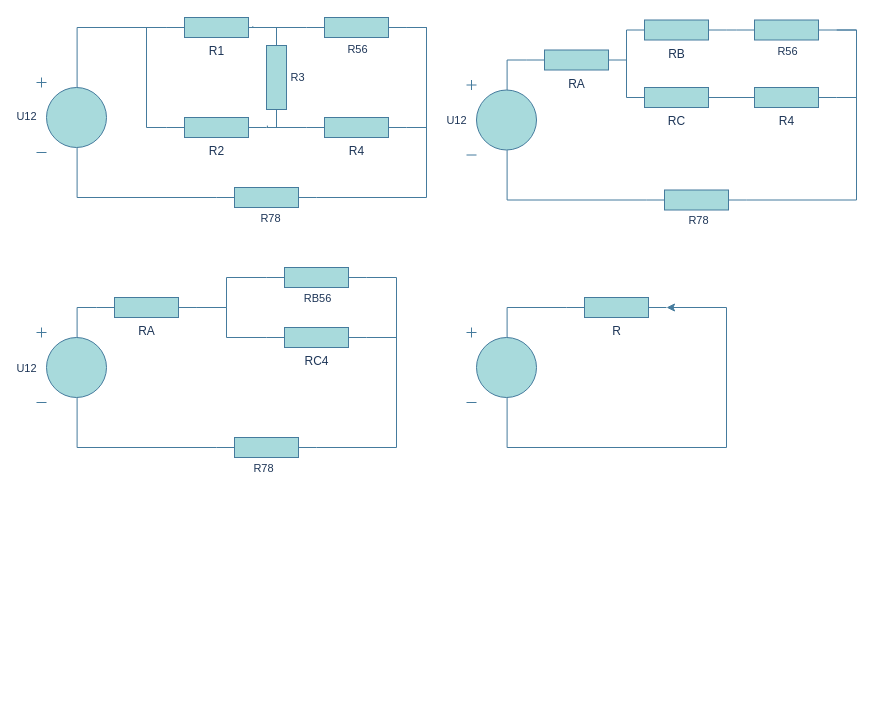
This is iel_proj.drawio from stofife/IUS, a draw.io file, before an edit. Source tidied: cells renumbered, new cells numbered last; positions are measured from the earlier drawing's top-left corner, leaving out a move shared by most shapes. Both pictures are drawn from the tidied source at 100%, with x=0, y=0 at pixel (36, 17).
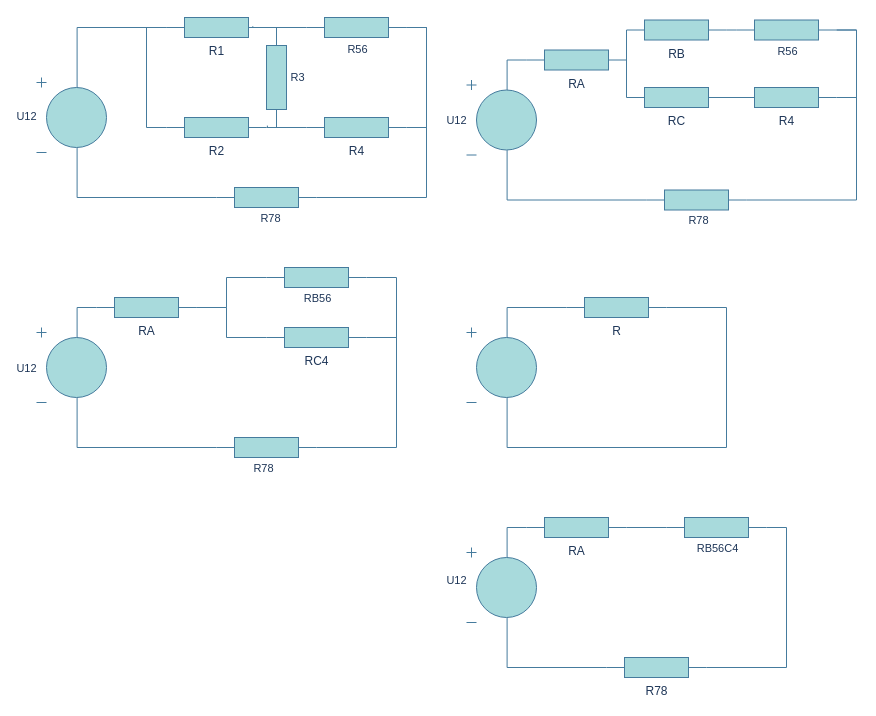
Above is the later version.

The change refers to these unchanged cells:
```xml
<mxCell id="54" style="verticalLabelPosition=bottom;shadow=0;dashed=0;align=center;html=1;verticalAlign=top;shape=mxgraph.electrical.signal_sources.dc_source_1;labelBackgroundColor=none;fillColor=#A8DADC;strokeColor=#457B9D;fontColor=#1D3557;" parent="1" vertex="1">
  <mxGeometry x="430" y="310" width="70" height="75" as="geometry" />
</mxCell>
<mxCell id="55" value="R" style="verticalLabelPosition=bottom;shadow=0;dashed=0;align=center;html=1;verticalAlign=top;shape=mxgraph.electrical.resistors.resistor_1;labelBackgroundColor=none;fillColor=#A8DADC;strokeColor=#457B9D;fontColor=#1D3557;" parent="1" vertex="1">
  <mxGeometry x="530" y="280" width="100" height="20" as="geometry" />
</mxCell>
```

Diff of the diagram source:
```diff
@@
-    <mxCell id="57" style="edgeStyle=orthogonalEdgeStyle;rounded=0;jettySize=auto;html=1;exitX=0.58;exitY=0.935;exitDx=0;exitDy=0;exitPerimeter=0;entryX=1;entryY=0.5;entryDx=0;entryDy=0;entryPerimeter=0;strokeColor=#457B9D;fontColor=#1D3557;fillColor=#A8DADC;" parent="1" edge="1" source="54" target="55">
+    <mxCell id="57" style="edgeStyle=orthogonalEdgeStyle;rounded=0;jettySize=auto;html=1;exitX=0.58;exitY=0.935;exitDx=0;exitDy=0;exitPerimeter=0;entryX=1;entryY=0.5;entryDx=0;entryDy=0;entryPerimeter=0;strokeColor=#457B9D;fontColor=#1D3557;fillColor=#A8DADC;endArrow=none;endFill=0;" parent="1" edge="1" source="54" target="55">
       <mxGeometry relative="1" as="geometry">
         <Array as="points">
           <mxPoint x="471" y="430" />
           <mxPoint x="690" y="430" />
           <mxPoint x="690" y="290" />
         </Array>
       </mxGeometry>
     </mxCell>
+    <mxCell id="58" style="edgeStyle=orthogonalEdgeStyle;rounded=0;jettySize=auto;html=1;endArrow=none;endFill=0;entryX=0.58;entryY=0.935;entryDx=0;entryDy=0;entryPerimeter=0;labelBackgroundColor=none;strokeColor=#457B9D;fontColor=default;" parent="1" edge="1" source="60" target="61">
+      <mxGeometry relative="1" as="geometry" />
+    </mxCell>
+    <mxCell id="59" value="&lt;div&gt;U12&lt;/div&gt;" style="edgeLabel;html=1;align=center;verticalAlign=middle;labelBackgroundColor=none;fontColor=#1D3557;" parent="58" vertex="1">
+      <mxGeometry x="0.61" y="-1" relative="1" as="geometry">
+        <mxPoint x="-52" y="-67" as="offset" />
+      </mxGeometry>
+    </mxCell>
+    <mxCell id="60" value="R78" style="verticalLabelPosition=bottom;shadow=0;dashed=0;align=center;html=1;verticalAlign=top;shape=mxgraph.electrical.resistors.resistor_1;labelBackgroundColor=none;fillColor=#A8DADC;strokeColor=#457B9D;fontColor=#1D3557;" parent="1" vertex="1">
+      <mxGeometry x="570" y="640" width="100" height="20" as="geometry" />
+    </mxCell>
+    <mxCell id="61" style="verticalLabelPosition=bottom;shadow=0;dashed=0;align=center;html=1;verticalAlign=top;shape=mxgraph.electrical.signal_sources.dc_source_1;labelBackgroundColor=none;fillColor=#A8DADC;strokeColor=#457B9D;fontColor=#1D3557;" parent="1" vertex="1">
+      <mxGeometry x="430" y="530" width="70" height="75" as="geometry" />
+    </mxCell>
+    <mxCell id="62" style="verticalLabelPosition=bottom;shadow=0;dashed=0;align=center;html=1;verticalAlign=top;shape=mxgraph.electrical.resistors.resistor_1;rotation=-180;labelBackgroundColor=none;fillColor=#A8DADC;strokeColor=#457B9D;fontColor=#1D3557;" parent="1" vertex="1">
+      <mxGeometry x="630" y="500" width="100" height="20" as="geometry" />
+    </mxCell>
+    <mxCell id="63" value="&lt;div&gt;RA&lt;/div&gt;" style="verticalLabelPosition=bottom;shadow=0;dashed=0;align=center;html=1;verticalAlign=top;shape=mxgraph.electrical.resistors.resistor_1;labelBackgroundColor=none;fillColor=#A8DADC;strokeColor=#457B9D;fontColor=#1D3557;" parent="1" vertex="1">
+      <mxGeometry x="490" y="500" width="100" height="20" as="geometry" />
+    </mxCell>
+    <mxCell id="64" style="edgeStyle=orthogonalEdgeStyle;rounded=0;jettySize=auto;html=1;exitX=0;exitY=0.5;exitDx=0;exitDy=0;exitPerimeter=0;entryX=0.58;entryY=0.135;entryDx=0;entryDy=0;entryPerimeter=0;endArrow=none;endFill=0;labelBackgroundColor=none;strokeColor=#457B9D;fontColor=default;" parent="1" edge="1" source="63" target="61">
+      <mxGeometry relative="1" as="geometry" />
+    </mxCell>
+    <mxCell id="65" style="edgeStyle=orthogonalEdgeStyle;rounded=0;jettySize=auto;html=1;exitX=0;exitY=0.5;exitDx=0;exitDy=0;exitPerimeter=0;entryX=1;entryY=0.5;entryDx=0;entryDy=0;entryPerimeter=0;strokeColor=#457B9D;fontColor=#1D3557;fillColor=#A8DADC;endArrow=none;endFill=0;" parent="1" edge="1" source="62" target="60">
+      <mxGeometry relative="1" as="geometry" />
+    </mxCell>
+    <mxCell id="66" style="edgeStyle=orthogonalEdgeStyle;rounded=0;jettySize=auto;html=1;exitX=1;exitY=0.5;exitDx=0;exitDy=0;exitPerimeter=0;entryX=1;entryY=0.5;entryDx=0;entryDy=0;entryPerimeter=0;strokeColor=#457B9D;fontColor=#1D3557;fillColor=#A8DADC;endArrow=none;endFill=0;" parent="1" edge="1" source="62" target="63">
+      <mxGeometry relative="1" as="geometry" />
+    </mxCell>
+    <mxCell id="67" value="RB56C4" style="edgeLabel;html=1;align=center;verticalAlign=middle;fontColor=#1D3557;" parent="66" vertex="1">
+      <mxGeometry x="-0.55" y="1" relative="1" as="geometry">
+        <mxPoint x="59" y="19" as="offset" />
+      </mxGeometry>
+    </mxCell>
```
